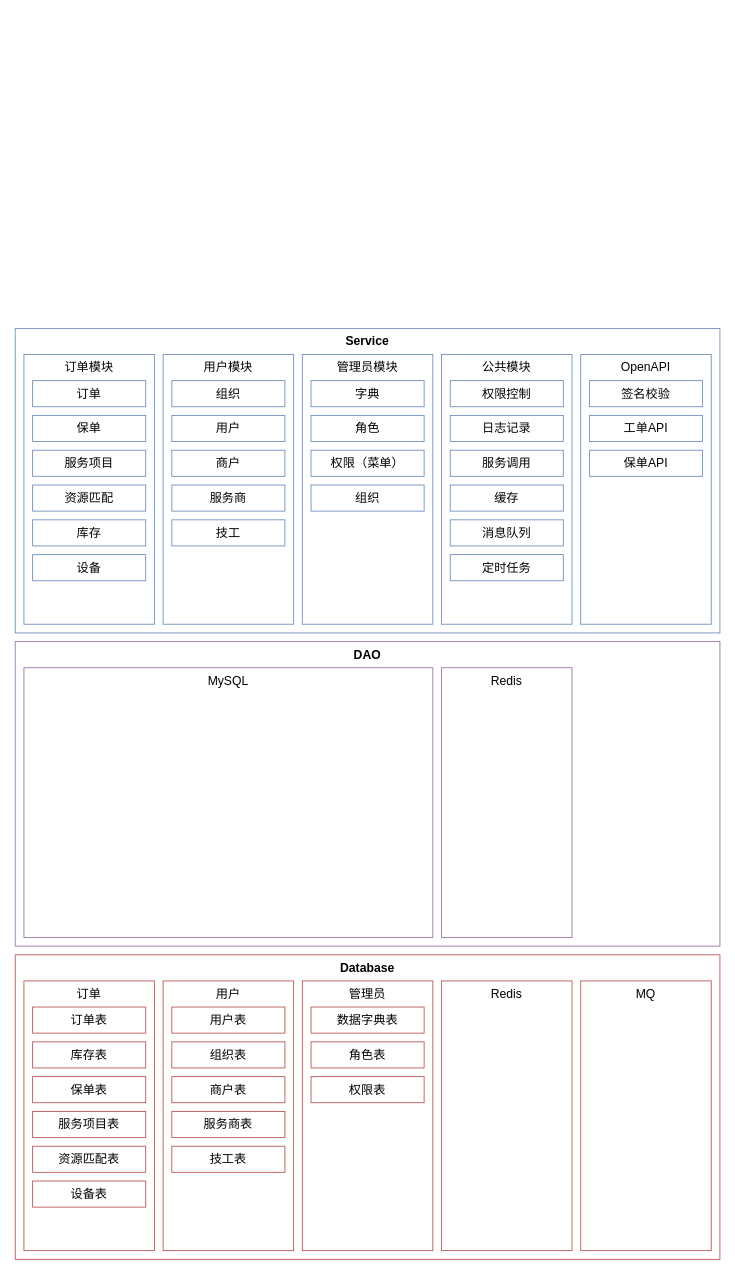
The draw.io diagram architecture-bao_huo_gan.drawio in Woobhurk/tyz-pic-repo, before the edit. Source tidied: cells renumbered, new cells numbered last; positions are measured from the earlier drawing's top-left corner, leaving out a move shared by most shapes. Both pictures are drawn from the tidied source at 87%, with x=0, y=0 at pixel (15, 328).
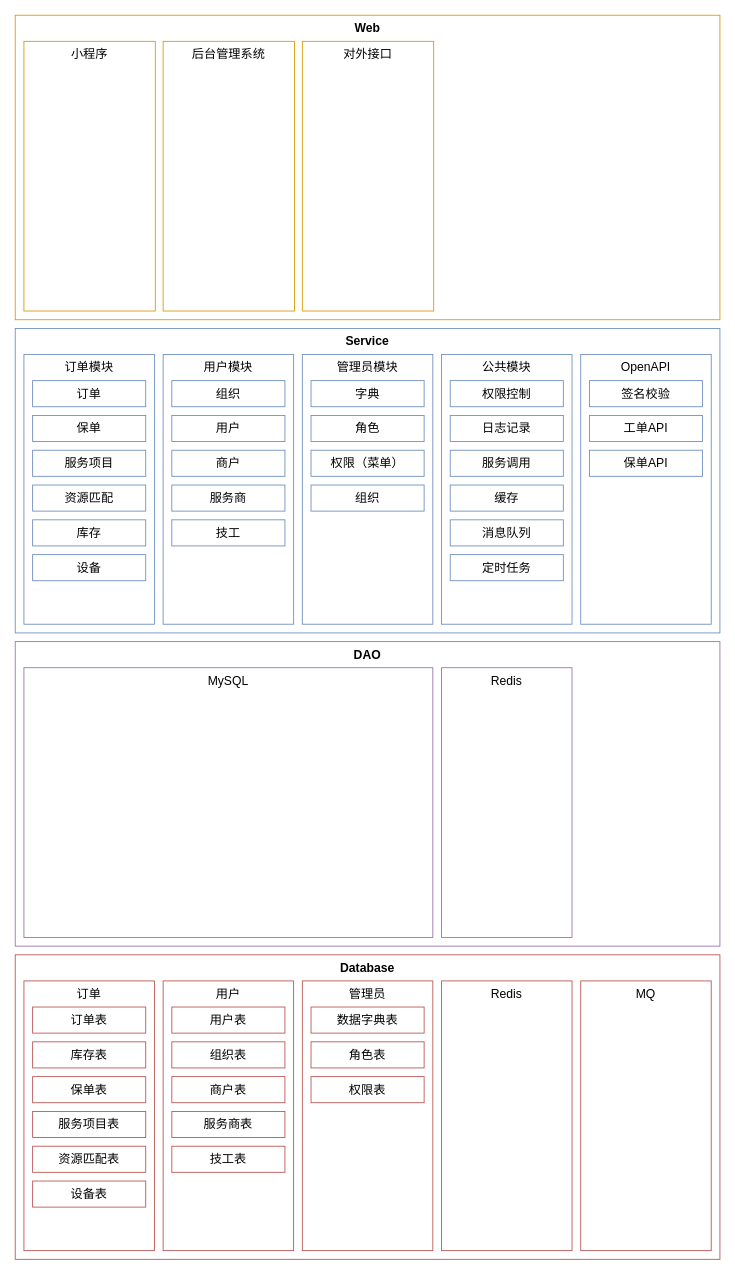
The same page after the edit.

Change to the diagram source:
```diff
@@
+    <mxCell id="55" value="Web" style="text;html=1;strokeColor=#d79b00;align=center;verticalAlign=top;whiteSpace=wrap;rounded=0;sketch=0;fontSize=14;fontStyle=1;" parent="1" vertex="1">
+      <mxGeometry y="-360" width="810" height="350" as="geometry" />
+    </mxCell>
+    <mxCell id="56" value="小程序" style="rounded=0;whiteSpace=wrap;html=1;sketch=0;fontSize=14;align=center;strokeColor=#d79b00;verticalAlign=top;fillColor=none;" parent="1" vertex="1">
+      <mxGeometry x="10" y="-330" width="151" height="310" as="geometry" />
+    </mxCell>
+    <mxCell id="57" value="后台管理系统" style="rounded=0;whiteSpace=wrap;html=1;sketch=0;fontSize=14;align=center;strokeColor=#d79b00;verticalAlign=top;fillColor=none;" parent="1" vertex="1">
+      <mxGeometry x="170" y="-330" width="151" height="310" as="geometry" />
+    </mxCell>
+    <mxCell id="58" value="对外接口" style="rounded=0;whiteSpace=wrap;html=1;sketch=0;fontSize=14;align=center;strokeColor=#d79b00;verticalAlign=top;fillColor=none;" parent="1" vertex="1">
+      <mxGeometry x="330" y="-330" width="151" height="310" as="geometry" />
+    </mxCell>
```
